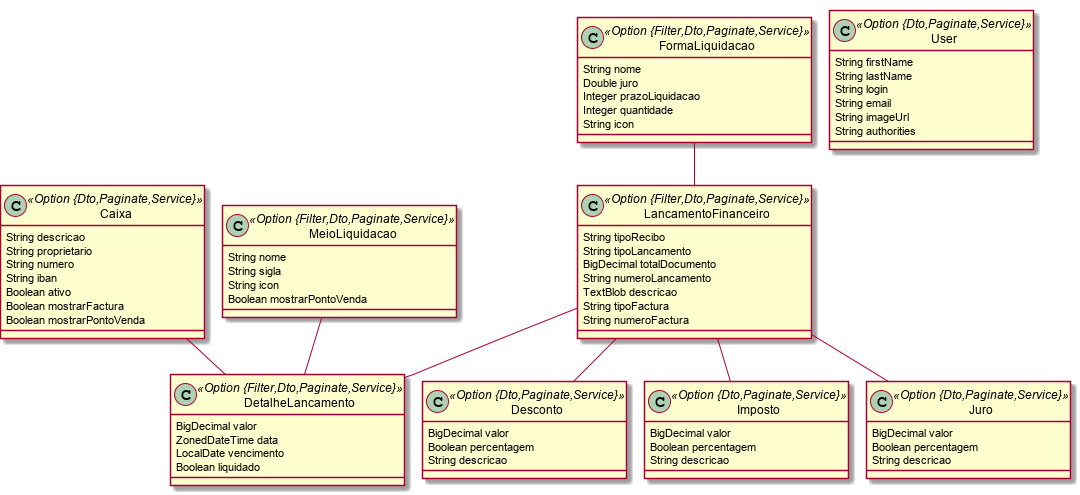
ravunana/negocio-domain keeps this PlantUML diagram as Financa.png. Above is the earlier version. Source of this version:
```plantuml
@startuml
	!pragma graphviz_dot jdot
	!pragma syntax class
	class Caixa <<Option {Dto,Paginate,Service}>> {
		String descricao
		String proprietario
		String numero
		String iban
		Boolean ativo
		Boolean mostrarFactura
		Boolean mostrarPontoVenda
	}
	class FormaLiquidacao <<Option {Filter,Dto,Paginate,Service}>> {
		String nome
		Double juro
		Integer prazoLiquidacao
		Integer quantidade
		String icon
	}
	class MeioLiquidacao <<Option {Filter,Dto,Paginate,Service}>> {
		String nome
		String sigla
		String icon
		Boolean mostrarPontoVenda
	}
	class LancamentoFinanceiro <<Option {Filter,Dto,Paginate,Service}>> {
		String tipoRecibo
		String tipoLancamento
		BigDecimal totalDocumento
		String numeroLancamento
		TextBlob descricao
		String tipoFactura
		String numeroFactura
	}
	class DetalheLancamento <<Option {Filter,Dto,Paginate,Service}>> {
		BigDecimal valor
		ZonedDateTime data
		LocalDate vencimento
		Boolean liquidado
	}
	class Desconto <<Option {Dto,Paginate,Service}>> {
		BigDecimal valor
		Boolean percentagem
		String descricao
	}
	class Imposto <<Option {Dto,Paginate,Service}>> {
		BigDecimal valor
		Boolean percentagem
		String descricao
	}
	class Juro <<Option {Dto,Paginate,Service}>> {
		BigDecimal valor
		Boolean percentagem
		String descricao
	}
	FormaLiquidacao  "0..1 " --o "formaLiquidacao(nome)  1..* "  LancamentoFinanceiro
	LancamentoFinanceiro  "0..1 " --o "lancamentoFinanceiro(numero)  1..* "  DetalheLancamento
	MeioLiquidacao  "0..1 " --o "metodoLiquidacao(nome)  1..* "  DetalheLancamento
	Caixa  "0..1 " --o "caixa(descricao)  1..* "  DetalheLancamento
	LancamentoFinanceiro  "0..1 " --o "lancamento(numeroLancamento)  1..* "  Desconto
	LancamentoFinanceiro  "0..1 " --o "lancamento(numeroLancamento)  1..* "  Imposto
	LancamentoFinanceiro  "0..1 " --o "lancamento(numeroLancamento)  1..* "  Juro
	class User <<Option {Dto,Paginate,Service}>> {
		String firstName
		String lastName
		String login
		String email
		String imageUrl
		String authorities
	}
@enduml
```
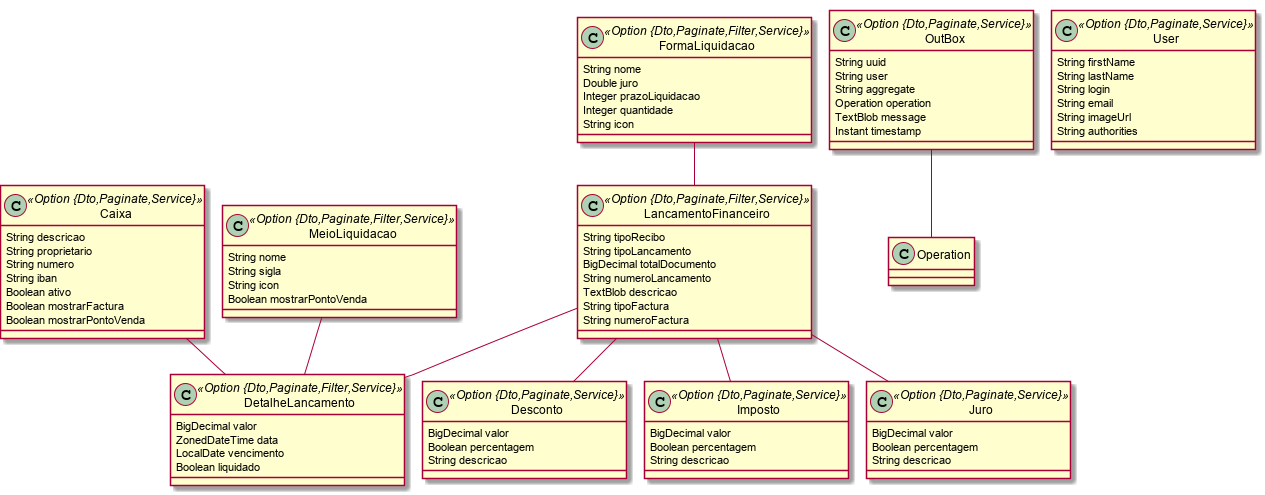
After the change.

Diff of the diagram source:
```diff
@@ -10,20 +10,20 @@
 		Boolean mostrarFactura
 		Boolean mostrarPontoVenda
 	}
-	class FormaLiquidacao <<Option {Filter,Dto,Paginate,Service}>> {
+	class FormaLiquidacao <<Option {Dto,Paginate,Filter,Service}>> {
 		String nome
 		Double juro
 		Integer prazoLiquidacao
 		Integer quantidade
 		String icon
 	}
-	class MeioLiquidacao <<Option {Filter,Dto,Paginate,Service}>> {
+	class MeioLiquidacao <<Option {Dto,Paginate,Filter,Service}>> {
 		String nome
 		String sigla
 		String icon
 		Boolean mostrarPontoVenda
 	}
-	class LancamentoFinanceiro <<Option {Filter,Dto,Paginate,Service}>> {
+	class LancamentoFinanceiro <<Option {Dto,Paginate,Filter,Service}>> {
 		String tipoRecibo
 		String tipoLancamento
 		BigDecimal totalDocumento
@@ -32,7 +32,7 @@
 		String tipoFactura
 		String numeroFactura
 	}
-	class DetalheLancamento <<Option {Filter,Dto,Paginate,Service}>> {
+	class DetalheLancamento <<Option {Dto,Paginate,Filter,Service}>> {
 		BigDecimal valor
 		ZonedDateTime data
 		LocalDate vencimento
@@ -53,6 +53,15 @@
 		Boolean percentagem
 		String descricao
 	}
+	class OutBox <<Option {Dto,Paginate,Service}>> {
+		String uuid
+		String user
+		String aggregate
+		Operation operation
+		TextBlob message
+		Instant timestamp
+	}
+	OutBox ..> Operation
 	FormaLiquidacao  "0..1 " --o "formaLiquidacao(nome)  1..* "  LancamentoFinanceiro
 	LancamentoFinanceiro  "0..1 " --o "lancamentoFinanceiro(numero)  1..* "  DetalheLancamento
 	MeioLiquidacao  "0..1 " --o "metodoLiquidacao(nome)  1..* "  DetalheLancamento
```
